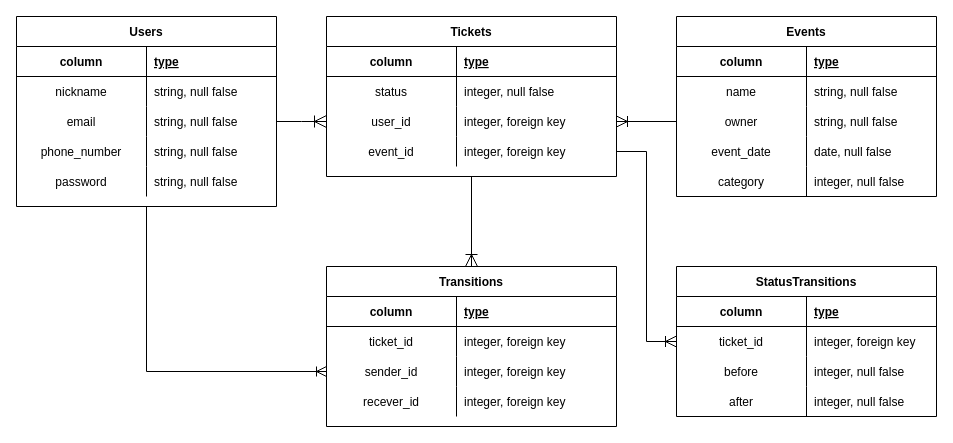
Above: ticket_transfer_app.dio in yuyakawai0411/auth-ticket-transfer (draw.io), before the change. Source tidied: cells renumbered, new cells numbered last; positions are measured from the earlier drawing's top-left corner, leaving out a move shared by most shapes. Both pictures are drawn from the tidied source at 100%, with x=0, y=0 at pixel (16, 16).
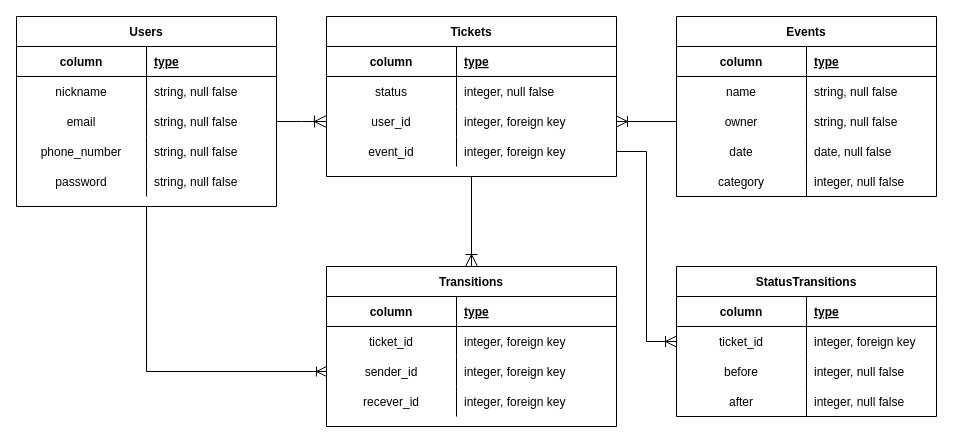
After the change.

Commit message (it also covers changes not shown here):
eventカラム名を修正

Unchanged cells that the change refers to:
```xml
<mxCell id="57" style="shape=partialRectangle;fillColor=none;top=0;left=0;bottom=0;right=0;" parent="47" vertex="1">
  <mxGeometry y="120" width="260" height="30" as="geometry" />
</mxCell>
```

What changed in the source:
```diff
@@
-    <mxCell id="58" value="event_date" style="shape=partialRectangle;fillColor=none;top=0;left=0;bottom=0;right=0;overflow=hidden;" parent="57" vertex="1">
+    <mxCell id="58" value="date" style="shape=partialRectangle;fillColor=none;top=0;left=0;bottom=0;right=0;overflow=hidden;" parent="57" vertex="1">
       <mxGeometry width="130" height="30" as="geometry" />
     </mxCell>
```
